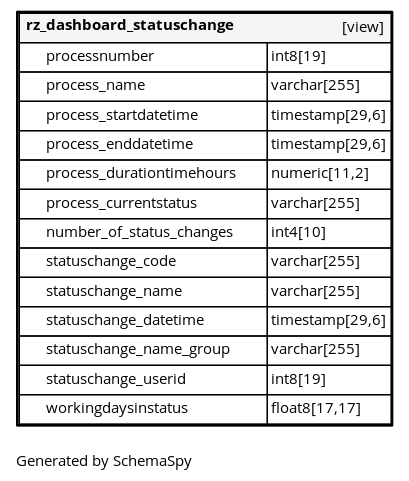
Above: db_standardzone_version01/diagrams/tables/rz_dashboard_statuschange.1degree.png in fyndoo/fyndoo.github.io (Graphviz), before the change. Its source is kept beside it as db_standardzone_version01/diagrams/tables/rz_dashboard_statuschange.1degree.dot.
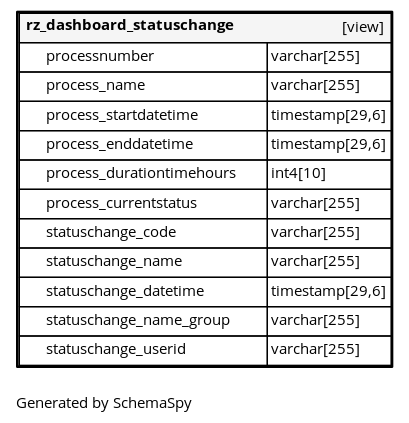
The same file after the commit.

What changed in the source:
```diff
@@ -22,19 +22,17 @@
    label=<
     <TABLE BORDER="2" CELLBORDER="1" CELLSPACING="0" BGCOLOR="#ffffff">
       <TR><TD COLSPAN="4"  BGCOLOR="#f5f5f5"><TABLE BORDER="0" CELLSPACING="0"><TR><TD ALIGN="LEFT" FIXEDSIZE="TRUE" WIDTH="165" HEIGHT="16"><B>rz_dashboard_statuschange</B></TD><TD ALIGN="RIGHT">[view]</TD></TR></TABLE></TD></TR>
-      <TR><TD PORT="processnumber" COLSPAN="2" ALIGN="LEFT"><TABLE BORDER="0" CELLSPACING="0" ALIGN="LEFT"><TR ALIGN="LEFT"><TD ALIGN="LEFT" FIXEDSIZE="TRUE" WIDTH="15" HEIGHT="16"></TD><TD ALIGN="LEFT" FIXEDSIZE="TRUE" WIDTH="165" HEIGHT="16">processnumber</TD></TR></TABLE></TD><TD PORT="processnumber.type" ALIGN="LEFT">int8[19]</TD></TR>
+      <TR><TD PORT="processnumber" COLSPAN="2" ALIGN="LEFT"><TABLE BORDER="0" CELLSPACING="0" ALIGN="LEFT"><TR ALIGN="LEFT"><TD ALIGN="LEFT" FIXEDSIZE="TRUE" WIDTH="15" HEIGHT="16"></TD><TD ALIGN="LEFT" FIXEDSIZE="TRUE" WIDTH="165" HEIGHT="16">processnumber</TD></TR></TABLE></TD><TD PORT="processnumber.type" ALIGN="LEFT">varchar[255]</TD></TR>
       <TR><TD PORT="process_name" COLSPAN="2" ALIGN="LEFT"><TABLE BORDER="0" CELLSPACING="0" ALIGN="LEFT"><TR ALIGN="LEFT"><TD ALIGN="LEFT" FIXEDSIZE="TRUE" WIDTH="15" HEIGHT="16"></TD><TD ALIGN="LEFT" FIXEDSIZE="TRUE" WIDTH="165" HEIGHT="16">process_name</TD></TR></TABLE></TD><TD PORT="process_name.type" ALIGN="LEFT">varchar[255]</TD></TR>
       <TR><TD PORT="process_startdatetime" COLSPAN="2" ALIGN="LEFT"><TABLE BORDER="0" CELLSPACING="0" ALIGN="LEFT"><TR ALIGN="LEFT"><TD ALIGN="LEFT" FIXEDSIZE="TRUE" WIDTH="15" HEIGHT="16"></TD><TD ALIGN="LEFT" FIXEDSIZE="TRUE" WIDTH="165" HEIGHT="16">process_startdatetime</TD></TR></TABLE></TD><TD PORT="process_startdatetime.type" ALIGN="LEFT">timestamp[29,6]</TD></TR>
       <TR><TD PORT="process_enddatetime" COLSPAN="2" ALIGN="LEFT"><TABLE BORDER="0" CELLSPACING="0" ALIGN="LEFT"><TR ALIGN="LEFT"><TD ALIGN="LEFT" FIXEDSIZE="TRUE" WIDTH="15" HEIGHT="16"></TD><TD ALIGN="LEFT" FIXEDSIZE="TRUE" WIDTH="165" HEIGHT="16">process_enddatetime</TD></TR></TABLE></TD><TD PORT="process_enddatetime.type" ALIGN="LEFT">timestamp[29,6]</TD></TR>
-      <TR><TD PORT="process_durationtimehours" COLSPAN="2" ALIGN="LEFT"><TABLE BORDER="0" CELLSPACING="0" ALIGN="LEFT"><TR ALIGN="LEFT"><TD ALIGN="LEFT" FIXEDSIZE="TRUE" WIDTH="15" HEIGHT="16"></TD><TD ALIGN="LEFT" FIXEDSIZE="TRUE" WIDTH="165" HEIGHT="16">process_durationtimehours</TD></TR></TABLE></TD><TD PORT="process_durationtimehours.type" ALIGN="LEFT">numeric[11,2]</TD></TR>
+      <TR><TD PORT="process_durationtimehours" COLSPAN="2" ALIGN="LEFT"><TABLE BORDER="0" CELLSPACING="0" ALIGN="LEFT"><TR ALIGN="LEFT"><TD ALIGN="LEFT" FIXEDSIZE="TRUE" WIDTH="15" HEIGHT="16"></TD><TD ALIGN="LEFT" FIXEDSIZE="TRUE" WIDTH="165" HEIGHT="16">process_durationtimehours</TD></TR></TABLE></TD><TD PORT="process_durationtimehours.type" ALIGN="LEFT">int4[10]</TD></TR>
       <TR><TD PORT="process_currentstatus" COLSPAN="2" ALIGN="LEFT"><TABLE BORDER="0" CELLSPACING="0" ALIGN="LEFT"><TR ALIGN="LEFT"><TD ALIGN="LEFT" FIXEDSIZE="TRUE" WIDTH="15" HEIGHT="16"></TD><TD ALIGN="LEFT" FIXEDSIZE="TRUE" WIDTH="165" HEIGHT="16">process_currentstatus</TD></TR></TABLE></TD><TD PORT="process_currentstatus.type" ALIGN="LEFT">varchar[255]</TD></TR>
-      <TR><TD PORT="number_of_status_changes" COLSPAN="2" ALIGN="LEFT"><TABLE BORDER="0" CELLSPACING="0" ALIGN="LEFT"><TR ALIGN="LEFT"><TD ALIGN="LEFT" FIXEDSIZE="TRUE" WIDTH="15" HEIGHT="16"></TD><TD ALIGN="LEFT" FIXEDSIZE="TRUE" WIDTH="165" HEIGHT="16">number_of_status_changes</TD></TR></TABLE></TD><TD PORT="number_of_status_changes.type" ALIGN="LEFT">int4[10]</TD></TR>
       <TR><TD PORT="statuschange_code" COLSPAN="2" ALIGN="LEFT"><TABLE BORDER="0" CELLSPACING="0" ALIGN="LEFT"><TR ALIGN="LEFT"><TD ALIGN="LEFT" FIXEDSIZE="TRUE" WIDTH="15" HEIGHT="16"></TD><TD ALIGN="LEFT" FIXEDSIZE="TRUE" WIDTH="165" HEIGHT="16">statuschange_code</TD></TR></TABLE></TD><TD PORT="statuschange_code.type" ALIGN="LEFT">varchar[255]</TD></TR>
       <TR><TD PORT="statuschange_name" COLSPAN="2" ALIGN="LEFT"><TABLE BORDER="0" CELLSPACING="0" ALIGN="LEFT"><TR ALIGN="LEFT"><TD ALIGN="LEFT" FIXEDSIZE="TRUE" WIDTH="15" HEIGHT="16"></TD><TD ALIGN="LEFT" FIXEDSIZE="TRUE" WIDTH="165" HEIGHT="16">statuschange_name</TD></TR></TABLE></TD><TD PORT="statuschange_name.type" ALIGN="LEFT">varchar[255]</TD></TR>
       <TR><TD PORT="statuschange_datetime" COLSPAN="2" ALIGN="LEFT"><TABLE BORDER="0" CELLSPACING="0" ALIGN="LEFT"><TR ALIGN="LEFT"><TD ALIGN="LEFT" FIXEDSIZE="TRUE" WIDTH="15" HEIGHT="16"></TD><TD ALIGN="LEFT" FIXEDSIZE="TRUE" WIDTH="165" HEIGHT="16">statuschange_datetime</TD></TR></TABLE></TD><TD PORT="statuschange_datetime.type" ALIGN="LEFT">timestamp[29,6]</TD></TR>
       <TR><TD PORT="statuschange_name_group" COLSPAN="2" ALIGN="LEFT"><TABLE BORDER="0" CELLSPACING="0" ALIGN="LEFT"><TR ALIGN="LEFT"><TD ALIGN="LEFT" FIXEDSIZE="TRUE" WIDTH="15" HEIGHT="16"></TD><TD ALIGN="LEFT" FIXEDSIZE="TRUE" WIDTH="165" HEIGHT="16">statuschange_name_group</TD></TR></TABLE></TD><TD PORT="statuschange_name_group.type" ALIGN="LEFT">varchar[255]</TD></TR>
-      <TR><TD PORT="statuschange_userid" COLSPAN="2" ALIGN="LEFT"><TABLE BORDER="0" CELLSPACING="0" ALIGN="LEFT"><TR ALIGN="LEFT"><TD ALIGN="LEFT" FIXEDSIZE="TRUE" WIDTH="15" HEIGHT="16"></TD><TD ALIGN="LEFT" FIXEDSIZE="TRUE" WIDTH="165" HEIGHT="16">statuschange_userid</TD></TR></TABLE></TD><TD PORT="statuschange_userid.type" ALIGN="LEFT">int8[19]</TD></TR>
-      <TR><TD PORT="workingdaysinstatus" COLSPAN="2" ALIGN="LEFT"><TABLE BORDER="0" CELLSPACING="0" ALIGN="LEFT"><TR ALIGN="LEFT"><TD ALIGN="LEFT" FIXEDSIZE="TRUE" WIDTH="15" HEIGHT="16"></TD><TD ALIGN="LEFT" FIXEDSIZE="TRUE" WIDTH="165" HEIGHT="16">workingdaysinstatus</TD></TR></TABLE></TD><TD PORT="workingdaysinstatus.type" ALIGN="LEFT">float8[17,17]</TD></TR>
+      <TR><TD PORT="statuschange_userid" COLSPAN="2" ALIGN="LEFT"><TABLE BORDER="0" CELLSPACING="0" ALIGN="LEFT"><TR ALIGN="LEFT"><TD ALIGN="LEFT" FIXEDSIZE="TRUE" WIDTH="15" HEIGHT="16"></TD><TD ALIGN="LEFT" FIXEDSIZE="TRUE" WIDTH="165" HEIGHT="16">statuschange_userid</TD></TR></TABLE></TD><TD PORT="statuschange_userid.type" ALIGN="LEFT">varchar[255]</TD></TR>
     </TABLE>>
     URL="rz_dashboard_statuschange.html"
     target="_top"
```
